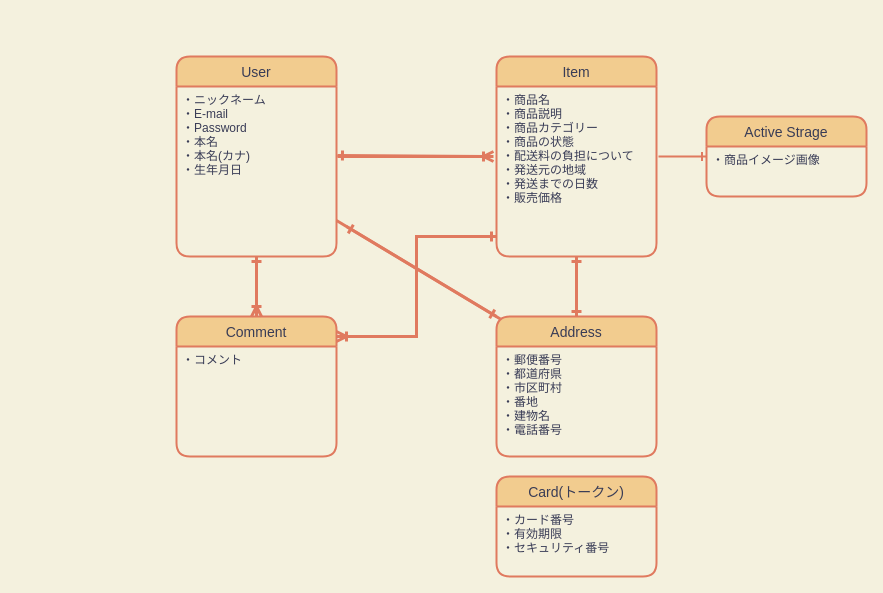
Earlier version of the draw.io diagram furima_er.dio (shotaro-arai/furima-35066). Source tidied: cells renumbered, new cells numbered last; positions are measured from the earlier drawing's top-left corner, leaving out a move shared by most shapes. Both pictures are drawn from the tidied source at 100%, with x=0, y=0 at pixel (176, 56).
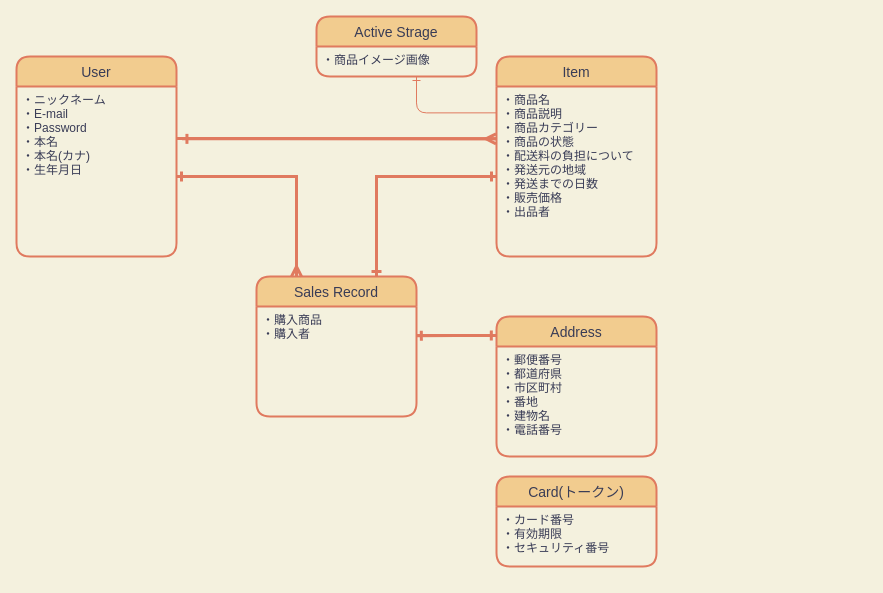
Above is the later version.

Commit message:
ER図の修正(commentsテーブルは現状不要と判断したため削除)

The change refers to these unchanged cells:
```xml
<mxCell id="2" value="Item" style="swimlane;horizontal=1;startSize=30;fontSize=14;fontStyle=0;strokeWidth=2;shadow=0;dashed=0;align=center;fillColor=#F2CC8F;strokeColor=#E07A5F;fontColor=#393C56;rounded=1;" parent="1" vertex="1">
  <mxGeometry x="320" width="160" height="200" as="geometry" />
</mxCell>
<mxCell id="5" value="・ニックネーム&#10;・E-mail&#10;・Password&#10;・本名&#10;・本名(カナ)&#10;・生年月日&#10;" style="align=left;strokeColor=none;fillColor=none;spacingLeft=4;fontSize=12;verticalAlign=top;fontColor=#393C56;rounded=1;" parent="4" vertex="1">
  <mxGeometry y="30" width="160" height="170" as="geometry" />
</mxCell>
<mxCell id="7" value="Address" style="swimlane;horizontal=1;startSize=30;fontSize=14;fontStyle=0;strokeWidth=2;shadow=0;dashed=0;align=center;fillColor=#F2CC8F;strokeColor=#E07A5F;fontColor=#393C56;rounded=1;" parent="1" vertex="1">
  <mxGeometry x="320" y="260" width="160" height="140" as="geometry" />
</mxCell>
```

Change to the diagram source:
```diff
@@
-    <mxCell id="3" value="・商品名&#10;・商品説明&#10;・商品カテゴリー&#10;・商品の状態&#10;・配送料の負担について&#10;・発送元の地域&#10;・発送までの日数&#10;・販売価格" style="align=left;strokeColor=none;fillColor=none;spacingLeft=4;fontSize=12;verticalAlign=top;fontColor=#393C56;rounded=1;" parent="2" vertex="1">
+    <mxCell id="3" value="・商品名&#10;・商品説明&#10;・商品カテゴリー&#10;・商品の状態&#10;・配送料の負担について&#10;・発送元の地域&#10;・発送までの日数&#10;・販売価格&#10;・出品者" style="align=left;strokeColor=none;fillColor=none;spacingLeft=4;fontSize=12;verticalAlign=top;fontColor=#393C56;rounded=1;" parent="2" vertex="1">
       <mxGeometry y="30" width="160" height="170" as="geometry" />
     </mxCell>
     <mxCell id="4" value="User" style="swimlane;horizontal=1;startSize=30;fontSize=14;fontStyle=0;strokeWidth=2;shadow=0;dashed=0;align=center;fillColor=#F2CC8F;strokeColor=#E07A5F;fontColor=#393C56;rounded=1;" parent="1" vertex="1">
-      <mxGeometry width="160" height="200" as="geometry" />
+      <mxGeometry x="-160" width="160" height="200" as="geometry" />
     </mxCell>
@@
-    <mxCell id="6" style="edgeStyle=none;rounded=1;orthogonalLoop=1;jettySize=auto;html=1;endArrow=ERone;endFill=0;targetPerimeterSpacing=0;strokeColor=#E07A5F;strokeWidth=3;fillColor=#F2CC8F;fontColor=#393C56;" parent="1" edge="1">
-      <mxGeometry relative="1" as="geometry">
-        <mxPoint x="80" y="240" as="sourcePoint" />
-        <mxPoint x="80" y="200" as="targetPoint" />
-        <Array as="points">
-          <mxPoint x="80" y="200" />
-          <mxPoint x="80" y="230" />
-        </Array>
-      </mxGeometry>
-    </mxCell>
+    <mxCell id="25" style="edgeStyle=orthogonalEdgeStyle;rounded=0;jettySize=auto;html=1;endArrow=ERone;endFill=0;strokeColor=#E07A5F;strokeWidth=3;exitX=0;exitY=0.136;exitDx=0;exitDy=0;exitPerimeter=0;entryX=0.999;entryY=0.266;entryDx=0;entryDy=0;entryPerimeter=0;" parent="1" edge="1" source="7" target="30">
+      <mxGeometry relative="1" as="geometry">
+        <Array as="points">
+          <mxPoint x="280" y="279" />
+        </Array>
+      </mxGeometry>
+    </mxCell>
@@
     <mxCell id="9" value="Card(トークン)" style="swimlane;horizontal=1;startSize=30;fontSize=14;fontStyle=0;strokeWidth=2;shadow=0;dashed=0;align=center;fillColor=#F2CC8F;strokeColor=#E07A5F;fontColor=#393C56;rounded=1;" parent="1" vertex="1">
-      <mxGeometry x="320" y="420" width="160" height="100" as="geometry" />
+      <mxGeometry x="320" y="420" width="160" height="90" as="geometry" />
     </mxCell>
     <mxCell id="10" value="・カード番号&#10;・有効期限&#10;・セキュリティ番号" style="align=left;strokeColor=none;fillColor=none;spacingLeft=4;fontSize=12;verticalAlign=top;fontColor=#393C56;rounded=1;" parent="9" vertex="1">
-      <mxGeometry y="30" width="160" height="70" as="geometry" />
+      <mxGeometry y="30" width="160" height="60" as="geometry" />
     </mxCell>
-    <mxCell id="11" style="edgeStyle=none;rounded=1;jettySize=auto;html=1;entryX=0.5;entryY=1;entryDx=0;entryDy=0;endArrow=ERone;endFill=0;targetPerimeterSpacing=0;strokeColor=#E07A5F;strokeWidth=3;fillColor=#F2CC8F;fontColor=#393C56;" parent="1" edge="1" target="3">
-      <mxGeometry relative="1" as="geometry">
-        <mxPoint x="400" y="240" as="sourcePoint" />
-      </mxGeometry>
-    </mxCell>
-    <mxCell id="12" style="edgeStyle=none;rounded=1;jettySize=auto;html=1;endArrow=ERone;endFill=0;targetPerimeterSpacing=0;strokeColor=#E07A5F;strokeWidth=3;fillColor=#F2CC8F;fontColor=#393C56;exitX=0.024;exitY=0.018;exitDx=0;exitDy=0;exitPerimeter=0;" parent="1" edge="1" source="7">
-      <mxGeometry relative="1" as="geometry">
-        <mxPoint x="170" y="170" as="targetPoint" />
-      </mxGeometry>
-    </mxCell>
-    <mxCell id="13" value="Comment" style="swimlane;horizontal=1;startSize=30;fontSize=14;fontStyle=0;strokeWidth=2;shadow=0;dashed=0;align=center;fillColor=#F2CC8F;strokeColor=#E07A5F;fontColor=#393C56;rounded=1;" parent="1" vertex="1">
-      <mxGeometry y="260" width="160" height="140" as="geometry" />
-    </mxCell>
-    <mxCell id="14" value="・コメント" style="align=left;strokeColor=none;fillColor=none;spacingLeft=4;fontSize=12;verticalAlign=top;fontColor=#393C56;rounded=1;" parent="13" vertex="1">
-      <mxGeometry y="30" width="160" height="110" as="geometry" />
-    </mxCell>
     <mxCell id="15" value="Active Strage" style="swimlane;horizontal=1;startSize=30;fontSize=14;fontStyle=0;strokeWidth=2;shadow=0;dashed=0;align=center;fillColor=#F2CC8F;strokeColor=#E07A5F;fontColor=#393C56;rounded=1;" parent="1" vertex="1">
-      <mxGeometry x="530" y="60" width="160" height="80" as="geometry" />
+      <mxGeometry x="140" y="-40" width="160" height="60" as="geometry" />
     </mxCell>
     <mxCell id="16" value="・商品イメージ画像" style="align=left;strokeColor=none;fillColor=none;spacingLeft=4;fontSize=12;verticalAlign=top;fontColor=#393C56;rounded=1;" parent="15" vertex="1">
-      <mxGeometry y="30" width="160" height="50" as="geometry" />
+      <mxGeometry y="30" width="160" height="30" as="geometry" />
     </mxCell>
-    <mxCell id="17" style="edgeStyle=none;rounded=1;jettySize=auto;html=1;endArrow=ERoneToMany;endFill=0;targetPerimeterSpacing=0;strokeColor=#E07A5F;strokeWidth=3;fillColor=#F2CC8F;fontColor=#393C56;entryX=0.5;entryY=0;entryDx=0;entryDy=0;" parent="1" edge="1" target="13">
-      <mxGeometry relative="1" as="geometry">
-        <mxPoint x="80" y="210" as="sourcePoint" />
-        <Array as="points">
-          <mxPoint x="80" y="230" />
-        </Array>
-      </mxGeometry>
-    </mxCell>
-    <mxCell id="18" style="edgeStyle=none;rounded=1;orthogonalLoop=1;jettySize=auto;html=1;endArrow=ERoneToMany;endFill=0;targetPerimeterSpacing=0;strokeColor=#E07A5F;strokeWidth=3;fillColor=#F2CC8F;fontColor=#393C56;" parent="1" edge="1">
-      <mxGeometry relative="1" as="geometry">
-        <mxPoint x="161" y="100" as="sourcePoint" />
-        <mxPoint x="317" y="100" as="targetPoint" />
-      </mxGeometry>
-    </mxCell>
-    <mxCell id="19" style="edgeStyle=none;rounded=1;jettySize=auto;html=1;endArrow=ERone;endFill=0;targetPerimeterSpacing=0;strokeColor=#E07A5F;strokeWidth=3;fillColor=#F2CC8F;fontColor=#393C56;entryX=1.006;entryY=0.406;entryDx=0;entryDy=0;entryPerimeter=0;" parent="1" edge="1" target="5">
-      <mxGeometry relative="1" as="geometry">
-        <mxPoint x="310" y="100" as="sourcePoint" />
-      </mxGeometry>
-    </mxCell>
-    <mxCell id="20" style="edgeStyle=entityRelationEdgeStyle;fontSize=12;html=1;endArrow=ERone;endFill=1;strokeColor=#E07A5F;strokeWidth=2;fillColor=#F2CC8F;" parent="1" edge="1">
-      <mxGeometry relative="1" as="geometry">
-        <mxPoint x="482" y="100" as="sourcePoint" />
-        <mxPoint x="530" y="100" as="targetPoint" />
-      </mxGeometry>
-    </mxCell>
-    <mxCell id="21" style="edgeStyle=none;rounded=1;jettySize=auto;html=1;endArrow=ERone;endFill=0;targetPerimeterSpacing=0;strokeColor=#E07A5F;strokeWidth=3;fillColor=#F2CC8F;fontColor=#393C56;entryX=0.5;entryY=0;entryDx=0;entryDy=0;" parent="1" edge="1" source="3" target="7">
-      <mxGeometry relative="1" as="geometry">
-        <Array as="points">
-          <mxPoint x="400" y="240" />
-        </Array>
-      </mxGeometry>
-    </mxCell>
-    <mxCell id="22" style="edgeStyle=none;rounded=1;orthogonalLoop=1;jettySize=auto;html=1;endArrow=ERone;endFill=0;targetPerimeterSpacing=0;strokeColor=#E07A5F;strokeWidth=3;fillColor=#F2CC8F;fontColor=#393C56;" parent="1" edge="1">
-      <mxGeometry relative="1" as="geometry">
-        <mxPoint x="160" y="164" as="sourcePoint" />
-        <mxPoint x="320" y="260" as="targetPoint" />
-      </mxGeometry>
-    </mxCell>
-    <mxCell id="23" style="edgeStyle=orthogonalEdgeStyle;rounded=0;jettySize=auto;html=1;endArrow=ERoneToMany;endFill=0;strokeWidth=3;strokeColor=#E07A5F;exitX=-0.005;exitY=0.882;exitDx=0;exitDy=0;exitPerimeter=0;" parent="1" edge="1" source="3">
-      <mxGeometry relative="1" as="geometry">
-        <mxPoint x="160" y="280" as="targetPoint" />
-        <Array as="points">
-          <mxPoint x="240" y="180" />
-          <mxPoint x="240" y="280" />
-          <mxPoint x="170" y="280" />
-        </Array>
-      </mxGeometry>
-    </mxCell>
-    <mxCell id="24" style="edgeStyle=orthogonalEdgeStyle;rounded=0;orthogonalLoop=1;jettySize=auto;html=1;endArrow=ERone;endFill=0;strokeColor=#E07A5F;strokeWidth=3;" parent="1" edge="1">
-      <mxGeometry relative="1" as="geometry">
-        <mxPoint x="180" y="280" as="sourcePoint" />
-        <mxPoint x="320" y="180" as="targetPoint" />
-        <Array as="points">
-          <mxPoint x="240" y="280" />
-          <mxPoint x="240" y="180" />
-        </Array>
-      </mxGeometry>
-    </mxCell>
+    <mxCell id="26" style="edgeStyle=orthogonalEdgeStyle;rounded=0;orthogonalLoop=1;jettySize=auto;html=1;endArrow=ERone;endFill=0;strokeColor=#E07A5F;strokeWidth=3;" parent="1" edge="1">
+      <mxGeometry relative="1" as="geometry">
+        <mxPoint x="200" y="218" as="sourcePoint" />
+        <mxPoint x="320" y="120" as="targetPoint" />
+        <Array as="points">
+          <mxPoint x="200" y="218" />
+          <mxPoint x="200" y="120" />
+        </Array>
+      </mxGeometry>
+    </mxCell>
+    <mxCell id="27" style="edgeStyle=orthogonalEdgeStyle;rounded=0;jettySize=auto;html=1;endArrow=ERone;endFill=0;strokeColor=#E07A5F;strokeWidth=3;" parent="1" edge="1" source="29">
+      <mxGeometry relative="1" as="geometry">
+        <mxPoint y="120" as="targetPoint" />
+        <Array as="points">
+          <mxPoint x="120" y="120" />
+        </Array>
+      </mxGeometry>
+    </mxCell>
+    <mxCell id="28" style="edgeStyle=orthogonalEdgeStyle;rounded=0;jettySize=auto;html=1;strokeColor=#E07A5F;endArrow=ERone;endFill=0;strokeWidth=3;entryX=-0.001;entryY=0.136;entryDx=0;entryDy=0;entryPerimeter=0;" parent="1" edge="1" source="29" target="7">
+      <mxGeometry relative="1" as="geometry">
+        <Array as="points">
+          <mxPoint x="280" y="279" />
+          <mxPoint x="280" y="279" />
+        </Array>
+      </mxGeometry>
+    </mxCell>
+    <mxCell id="29" value="Sales Record" style="swimlane;horizontal=1;startSize=30;fontSize=14;fontStyle=0;strokeWidth=2;shadow=0;dashed=0;align=center;fillColor=#F2CC8F;strokeColor=#E07A5F;fontColor=#393C56;rounded=1;" parent="1" vertex="1">
+      <mxGeometry x="80" y="220" width="160" height="140" as="geometry" />
+    </mxCell>
+    <mxCell id="30" value="・購入商品&#10;・購入者&#10;" style="align=left;strokeColor=none;fillColor=none;spacingLeft=4;fontSize=12;verticalAlign=top;fontColor=#393C56;rounded=1;" parent="29" vertex="1">
+      <mxGeometry y="30" width="160" height="110" as="geometry" />
+    </mxCell>
+    <mxCell id="31" style="edgeStyle=orthogonalEdgeStyle;rounded=0;jettySize=auto;html=1;strokeWidth=3;strokeColor=#E07A5F;endArrow=ERone;endFill=0;exitX=0.001;exitY=0.53;exitDx=0;exitDy=0;exitPerimeter=0;" parent="1" edge="1" source="3">
+      <mxGeometry relative="1" as="geometry">
+        <mxPoint x="200" y="220" as="targetPoint" />
+        <Array as="points">
+          <mxPoint x="200" y="120" />
+          <mxPoint x="200" y="190" />
+        </Array>
+      </mxGeometry>
+    </mxCell>
+    <mxCell id="32" style="edgeStyle=orthogonalEdgeStyle;rounded=0;jettySize=auto;html=1;entryX=0.25;entryY=0;entryDx=0;entryDy=0;endArrow=ERmany;endFill=0;strokeColor=#E07A5F;strokeWidth=3;" parent="1" edge="1" target="29">
+      <mxGeometry relative="1" as="geometry">
+        <mxPoint y="120" as="sourcePoint" />
+        <Array as="points">
+          <mxPoint x="120" y="120" />
+        </Array>
+      </mxGeometry>
+    </mxCell>
+    <mxCell id="33" style="edgeStyle=orthogonalEdgeStyle;rounded=1;jettySize=auto;html=1;entryX=0.625;entryY=1;entryDx=0;entryDy=0;entryPerimeter=0;endArrow=ERone;endFill=0;strokeColor=#E07A5F;strokeWidth=1;exitX=-0.001;exitY=0.155;exitDx=0;exitDy=0;exitPerimeter=0;" parent="1" edge="1" source="3" target="16">
+      <mxGeometry relative="1" as="geometry" />
+    </mxCell>
+    <mxCell id="34" style="edgeStyle=orthogonalEdgeStyle;rounded=0;jettySize=auto;html=1;entryX=-0.003;entryY=0.308;entryDx=0;entryDy=0;entryPerimeter=0;endArrow=ERmany;endFill=0;strokeColor=#E07A5F;strokeWidth=3;" parent="1" edge="1" source="5" target="3">
+      <mxGeometry relative="1" as="geometry">
+        <Array as="points">
+          <mxPoint x="90" y="82" />
+          <mxPoint x="90" y="82" />
+        </Array>
+      </mxGeometry>
+    </mxCell>
+    <mxCell id="35" style="edgeStyle=orthogonalEdgeStyle;rounded=0;jettySize=auto;html=1;entryX=1.034;entryY=0.308;entryDx=0;entryDy=0;entryPerimeter=0;endArrow=ERone;endFill=0;strokeColor=#E07A5F;strokeWidth=3;exitX=0;exitY=0.308;exitDx=0;exitDy=0;exitPerimeter=0;" parent="1" edge="1" source="3" target="5">
+      <mxGeometry relative="1" as="geometry" />
+    </mxCell>
```
